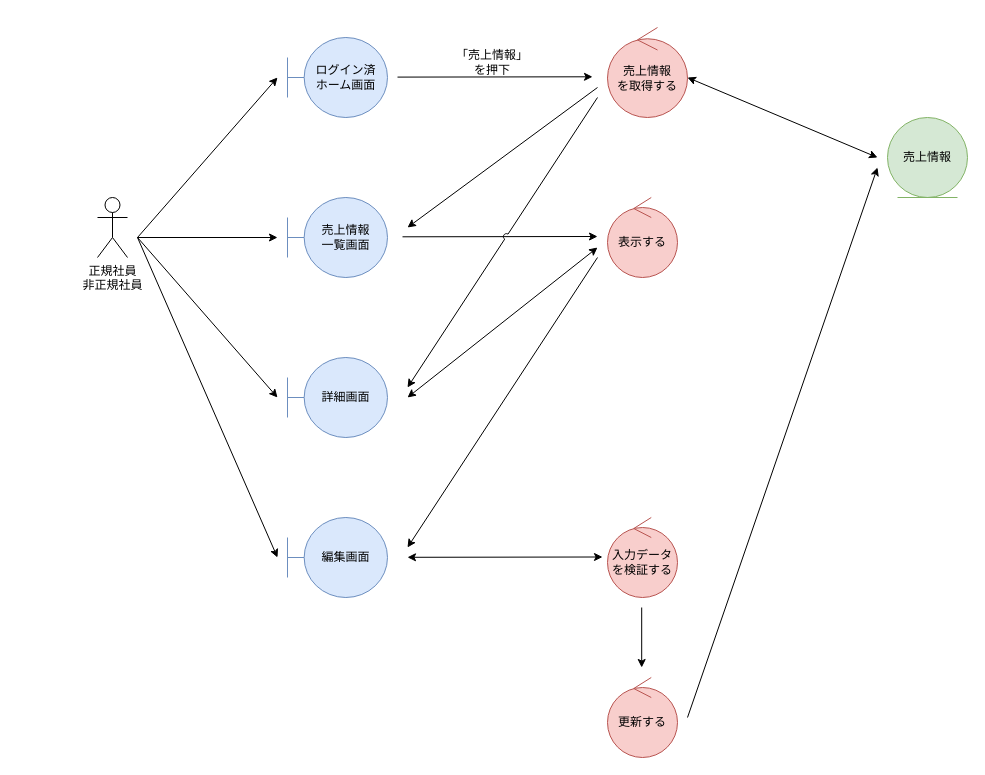
The draw.io diagram page "*売上情報管理_編集" (3 of 4) of 各種設計書/3ロバストネス図/商品情報管理/5.売上.drawio in HaruShim/Sotuken, before the edit. Source tidied: cells renumbered, new cells numbered last; positions are measured from the earlier drawing's top-left corner, leaving out a move shared by most shapes. Both pictures are drawn from the tidied source at 100%, with x=0, y=0 at pixel (97, 27).
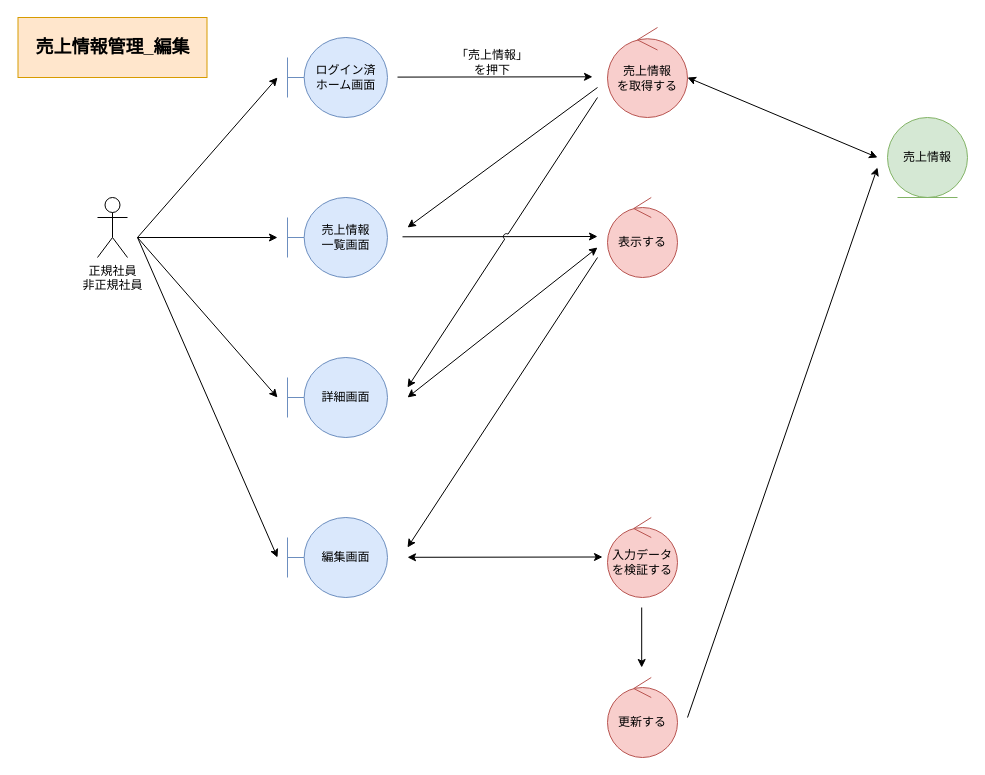
After the change.

Diff of the diagram source:
```diff
@@
+    <mxCell id="27" value="売上情報管理_編集" style="rounded=0;whiteSpace=wrap;html=1;fillColor=#ffe6cc;strokeColor=#d79b00;fontStyle=1;fontSize=18;" parent="1" vertex="1">
+      <mxGeometry x="-79.5" y="-10" width="189" height="60" as="geometry" />
+    </mxCell>
```
